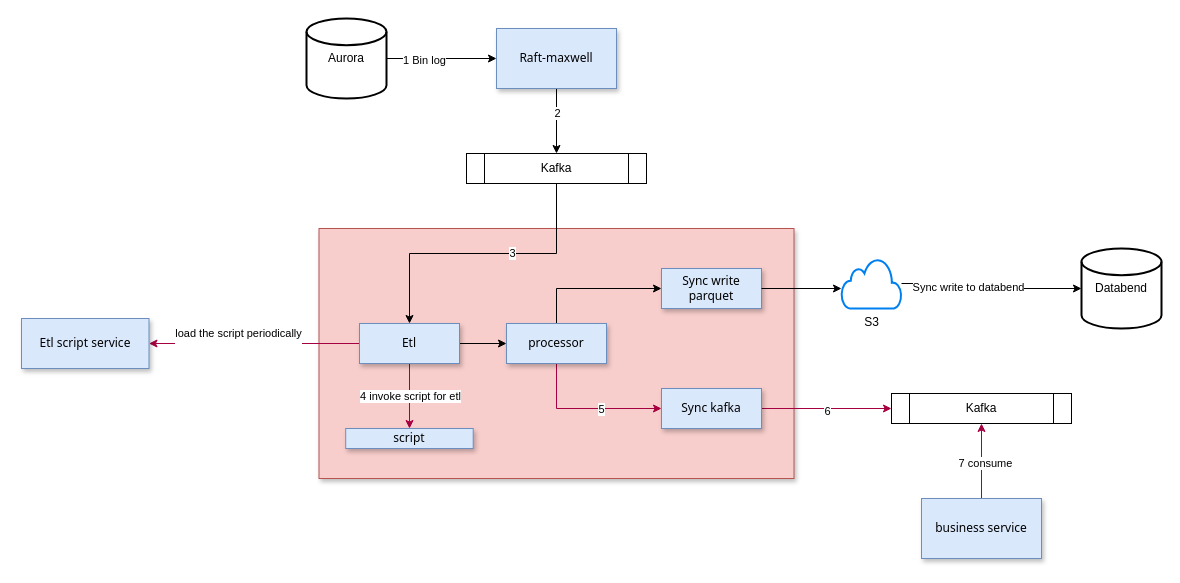
jackjoesh/databend keeps this draw.io diagram as doc/databend-parquet-mysql2.drawio. Above is the earlier version. Source tidied: cells renumbered, new cells numbered last; positions are measured from the earlier drawing's top-left corner, leaving out a move shared by most shapes. Both pictures are drawn from the tidied source at 100%, with x=0, y=0 at pixel (21, 18).
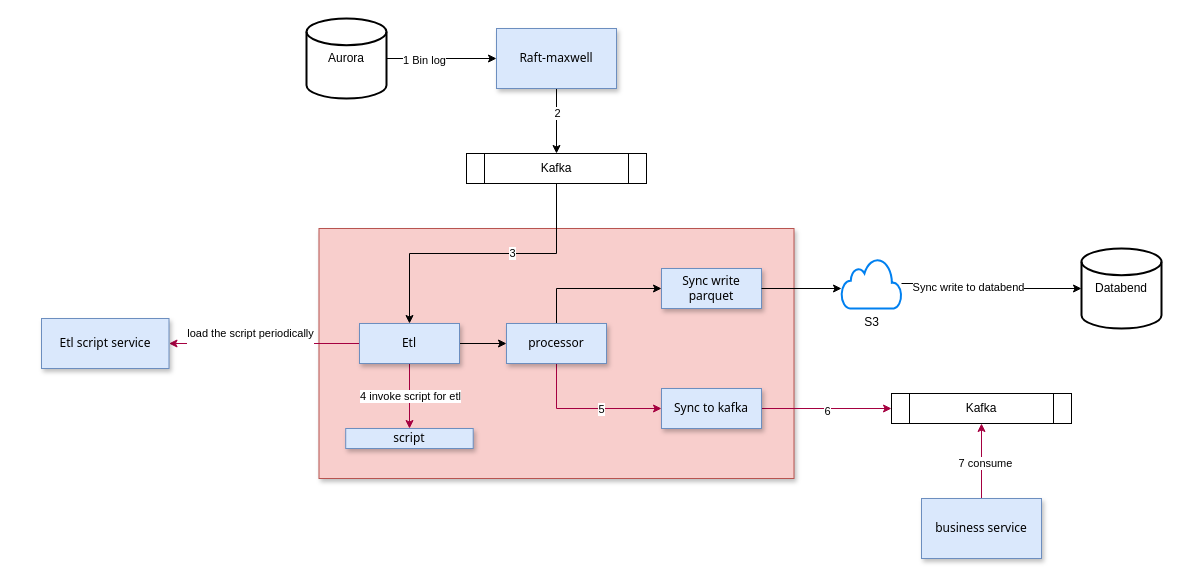
Above is the later version.

The edit, as a diff of the source:
```diff
@@
     <mxCell id="27" value="Etl script service" style="rounded=0;whiteSpace=wrap;html=1;fillColor=#dae8fc;strokeColor=#6c8ebf;shadow=1;fontFamily=Tahoma;" parent="1" vertex="1">
-      <mxGeometry y="300" width="127.5" height="50" as="geometry" />
+      <mxGeometry x="20" y="300" width="127.5" height="50" as="geometry" />
     </mxCell>
@@
-    <mxCell id="31" value="Sync kafka" style="rounded=0;whiteSpace=wrap;html=1;fillColor=#dae8fc;strokeColor=#6c8ebf;shadow=1;fontFamily=Tahoma;" parent="1" vertex="1">
+    <mxCell id="31" value="Sync to kafka" style="rounded=0;whiteSpace=wrap;html=1;fillColor=#dae8fc;strokeColor=#6c8ebf;shadow=1;fontFamily=Tahoma;" parent="1" vertex="1">
       <mxGeometry x="640" y="370" width="100" height="40" as="geometry" />
     </mxCell>
```
